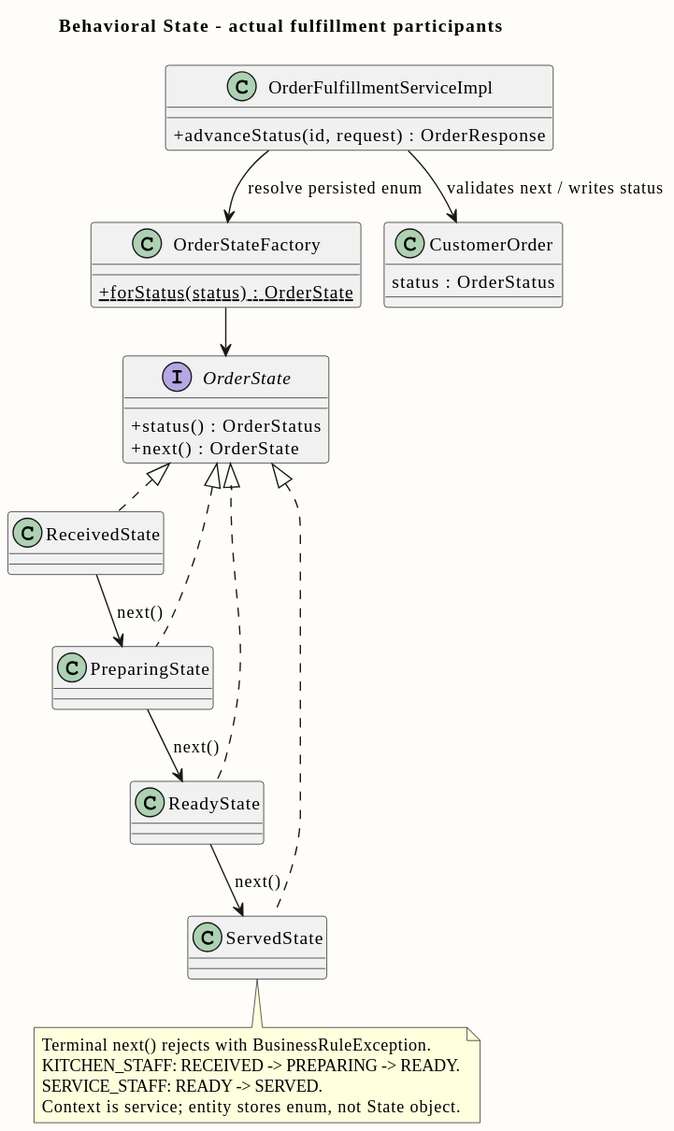
PavaritPramual/buffet-restaurant-management-system keeps this PlantUML diagram as doc/diagrams/previews/class-order-state.svg. Above is the earlier version. The source it was exported from:
```plantuml
@startuml
!pragma layout smetana
skinparam shadowing false
skinparam classAttributeIconSize 0
skinparam backgroundColor #FFFDF9
skinparam defaultFontName Tahoma
title Behavioral State - actual fulfillment participants
interface OrderState {
 +status() : OrderStatus
 +next() : OrderState
}
class ReceivedState
class PreparingState
class ReadyState
class ServedState
class OrderStateFactory {
 +{static} forStatus(status) : OrderState
}
class OrderFulfillmentServiceImpl {
 +advanceStatus(id, request) : OrderResponse
}
class CustomerOrder {
 status : OrderStatus
}
OrderState <|.. ReceivedState
OrderState <|.. PreparingState
OrderState <|.. ReadyState
OrderState <|.. ServedState
ReceivedState --> PreparingState : next()
PreparingState --> ReadyState : next()
ReadyState --> ServedState : next()
OrderFulfillmentServiceImpl --> OrderStateFactory : resolve persisted enum
OrderStateFactory --> OrderState
OrderFulfillmentServiceImpl --> CustomerOrder : validates next / writes status
note bottom of ServedState
 Terminal next() rejects with BusinessRuleException.
 KITCHEN_STAFF: RECEIVED -> PREPARING -> READY.
 SERVICE_STAFF: READY -> SERVED.
 Context is service; entity stores enum, not State object.
end note
@enduml
```
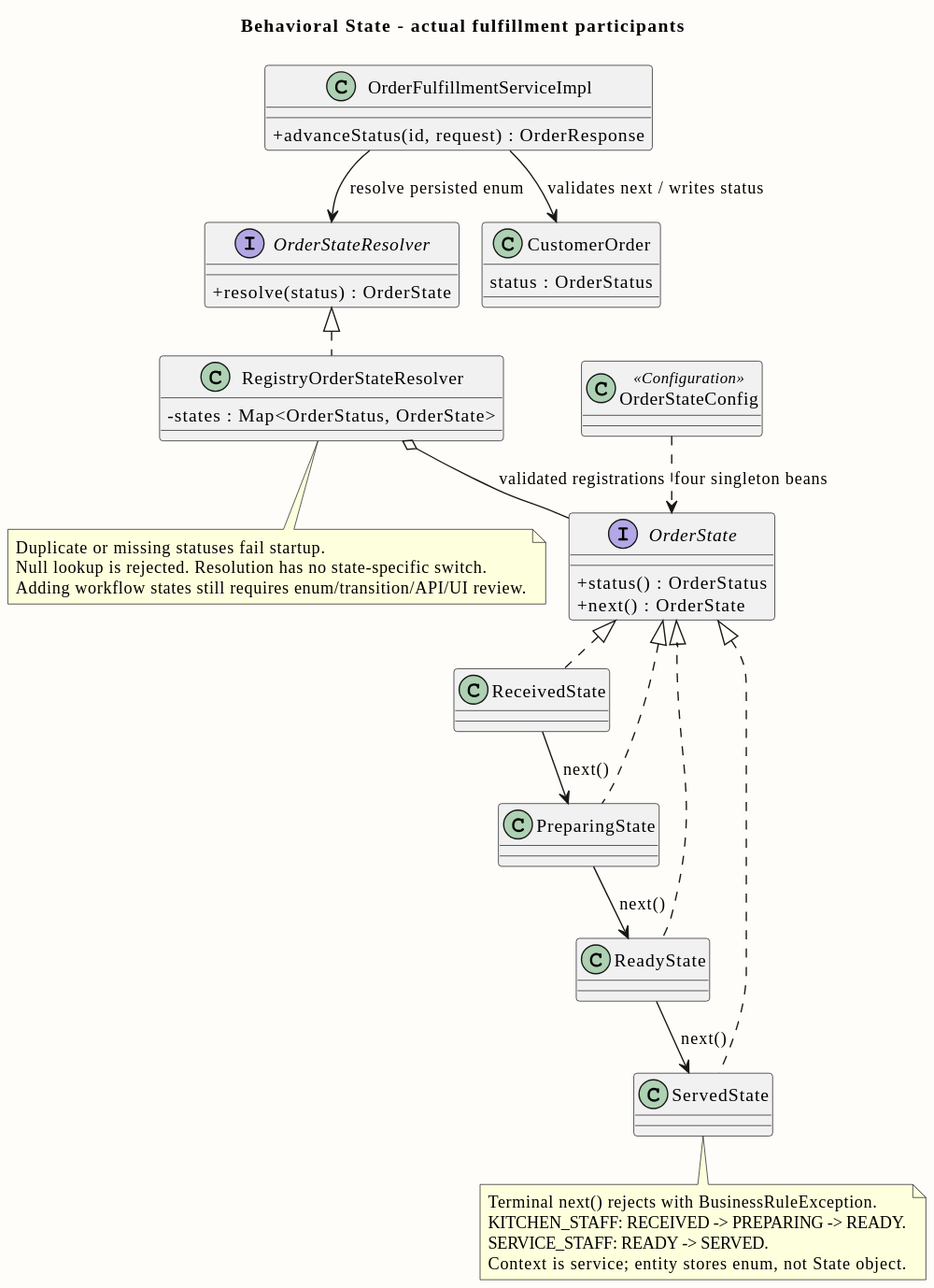
The same diagram one commit later.

Change to the diagram source:
```diff
@@ -13,9 +13,13 @@
 class PreparingState
 class ReadyState
 class ServedState
-class OrderStateFactory {
- +{static} forStatus(status) : OrderState
+interface OrderStateResolver {
+ +resolve(status) : OrderState
 }
+class RegistryOrderStateResolver {
+ -states : Map<OrderStatus, OrderState>
+}
+class OrderStateConfig <<Configuration>>
 class OrderFulfillmentServiceImpl {
  +advanceStatus(id, request) : OrderResponse
 }
@@ -29,9 +33,16 @@
 ReceivedState --> PreparingState : next()
 PreparingState --> ReadyState : next()
 ReadyState --> ServedState : next()
-OrderFulfillmentServiceImpl --> OrderStateFactory : resolve persisted enum
-OrderStateFactory --> OrderState
+OrderStateResolver <|.. RegistryOrderStateResolver
+OrderFulfillmentServiceImpl --> OrderStateResolver : resolve persisted enum
+RegistryOrderStateResolver o-- OrderState : validated registrations
+OrderStateConfig ..> OrderState : four singleton beans
 OrderFulfillmentServiceImpl --> CustomerOrder : validates next / writes status
+note bottom of RegistryOrderStateResolver
+ Duplicate or missing statuses fail startup.
+ Null lookup is rejected. Resolution has no state-specific switch.
+ Adding workflow states still requires enum/transition/API/UI review.
+end note
 note bottom of ServedState
  Terminal next() rejects with BusinessRuleException.
  KITCHEN_STAFF: RECEIVED -> PREPARING -> READY.
```
